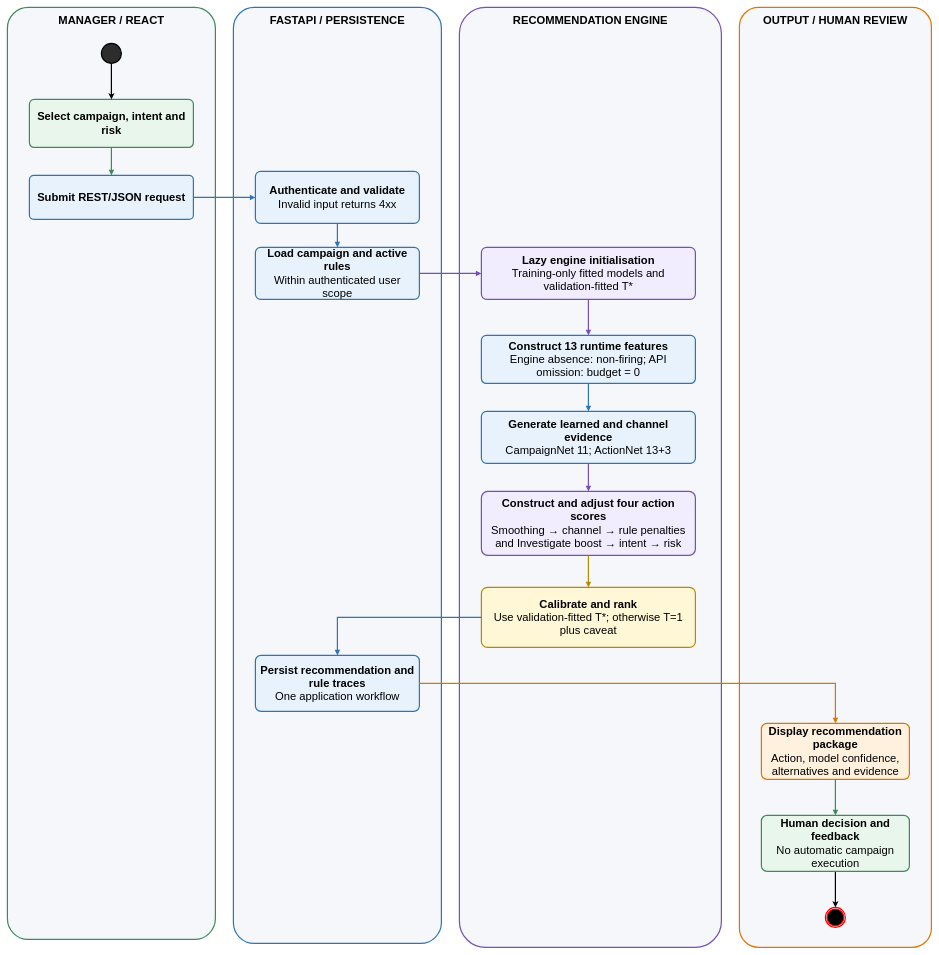
Before: docs/chapter4_figures/Figure_4_7_Implemented_Recommendation_Activity_Workflow_Rebuilt.drawio in j1ngy0ng/FYP-Desicion-Support-System, a draw.io diagram. Source tidied: cells renumbered, new cells numbered last; positions are measured from the earlier drawing's top-left corner, leaving out a move shared by most shapes. Both pictures are drawn from the tidied source at 40%, with x=0, y=0 at pixel (7, 7).
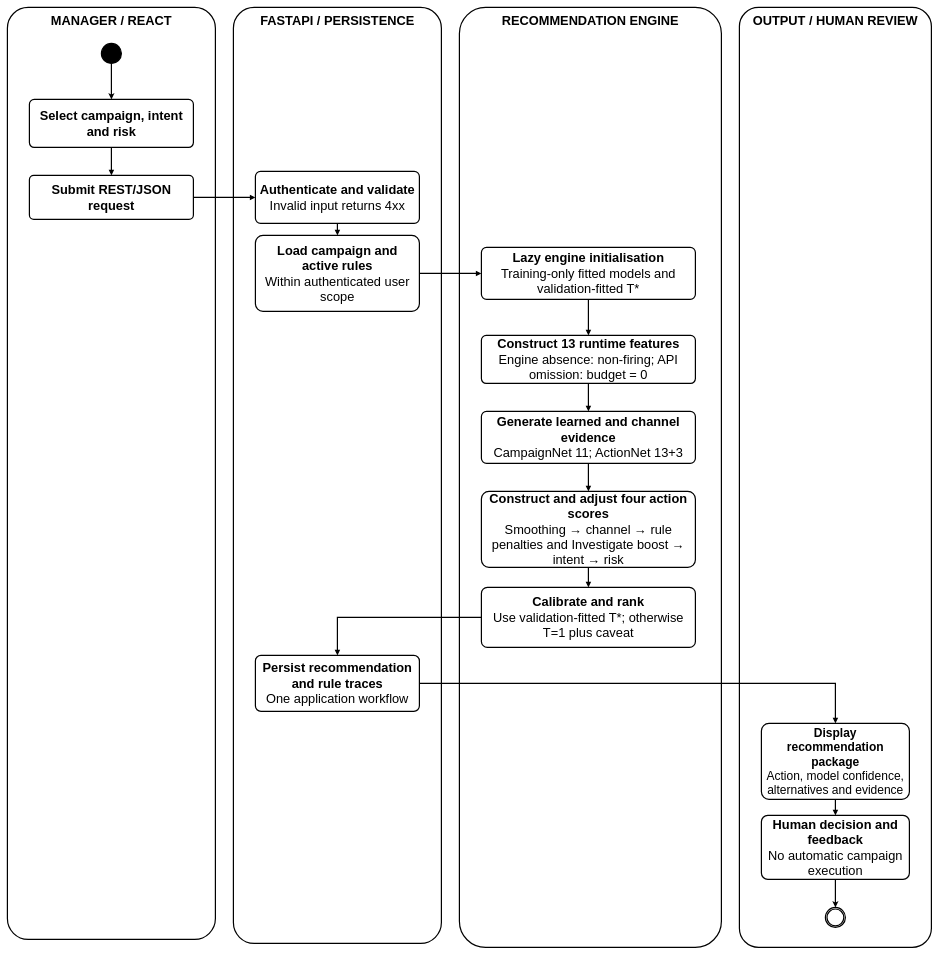
After the change.

Diff of the diagram source:
```diff
@@
-    <mxCell id="2" value="MANAGER / REACT" style="rounded=1;arcSize=10;whiteSpace=wrap;html=1;align=center;verticalAlign=top;spacing=10;fontFamily=Arial;fontSize=28;fillColor=#F5F7FA;strokeColor=#3D8B5A;strokeWidth=3;fontStyle=1;" parent="1" vertex="1">
+    <mxCell id="2" value="MANAGER / REACT" style="rounded=1;arcSize=10;whiteSpace=wrap;html=1;align=center;verticalAlign=top;spacing=10;fontFamily=Arial;fontSize=32;strokeWidth=3;fontStyle=1;" parent="1" vertex="1">
       <mxGeometry width="520" height="2330" as="geometry" />
     </mxCell>
-    <mxCell id="3" value="FASTAPI / PERSISTENCE" style="rounded=1;arcSize=10;whiteSpace=wrap;html=1;align=center;verticalAlign=top;spacing=10;fontFamily=Arial;fontSize=28;fillColor=#F5F7FA;strokeColor=#2F75B5;strokeWidth=3;fontStyle=1;" parent="1" vertex="1">
+    <mxCell id="3" value="FASTAPI / PERSISTENCE" style="rounded=1;arcSize=10;whiteSpace=wrap;html=1;align=center;verticalAlign=top;spacing=10;fontFamily=Arial;fontSize=32;strokeWidth=3;fontStyle=1;" parent="1" vertex="1">
       <mxGeometry x="565" width="520" height="2340" as="geometry" />
     </mxCell>
-    <mxCell id="4" value="RECOMMENDATION ENGINE" style="rounded=1;arcSize=10;whiteSpace=wrap;html=1;align=center;verticalAlign=top;spacing=10;fontFamily=Arial;fontSize=28;fillColor=#F5F7FA;strokeColor=#7551B2;strokeWidth=3;fontStyle=1;" parent="1" vertex="1">
+    <mxCell id="4" value="RECOMMENDATION ENGINE" style="rounded=1;arcSize=10;whiteSpace=wrap;html=1;align=center;verticalAlign=top;spacing=10;fontFamily=Arial;fontSize=32;strokeWidth=3;fontStyle=1;" parent="1" vertex="1">
       <mxGeometry x="1130" width="655" height="2350" as="geometry" />
     </mxCell>
-    <mxCell id="5" value="OUTPUT / HUMAN REVIEW" style="rounded=1;arcSize=10;whiteSpace=wrap;html=1;align=center;verticalAlign=top;spacing=10;fontFamily=Arial;fontSize=28;fillColor=#F5F7FA;strokeColor=#D97706;strokeWidth=3;fontStyle=1;" parent="1" vertex="1">
+    <mxCell id="5" value="OUTPUT / HUMAN REVIEW" style="rounded=1;arcSize=10;whiteSpace=wrap;html=1;align=center;verticalAlign=top;spacing=10;fontFamily=Arial;fontSize=32;strokeWidth=3;fontStyle=1;" parent="1" vertex="1">
       <mxGeometry x="1830" width="480" height="2350" as="geometry" />
     </mxCell>
-    <mxCell id="6" value="&lt;b&gt;Select campaign, intent and risk&lt;/b&gt;&lt;br&gt;" style="rounded=1;arcSize=10;whiteSpace=wrap;html=1;align=center;verticalAlign=middle;spacing=10;fontFamily=Arial;fontSize=28;fillColor=#E9F6EC;strokeColor=#3D8B5A;strokeWidth=3;" parent="1" vertex="1">
+    <mxCell id="6" value="&lt;b&gt;Select campaign, intent and risk&lt;/b&gt;&lt;br&gt;" style="rounded=1;arcSize=10;whiteSpace=wrap;html=1;align=center;verticalAlign=middle;spacing=10;fontFamily=Arial;fontSize=32;strokeWidth=3;" parent="1" vertex="1">
       <mxGeometry x="55" y="230" width="410" height="120" as="geometry" />
     </mxCell>
-    <mxCell id="7" value="&lt;b&gt;Submit REST/JSON request&lt;/b&gt;&lt;br&gt;" style="rounded=1;arcSize=10;whiteSpace=wrap;html=1;align=center;verticalAlign=middle;spacing=10;fontFamily=Arial;fontSize=28;fillColor=#E8F2FC;strokeColor=#2F75B5;strokeWidth=3;" parent="1" vertex="1">
+    <mxCell id="7" value="&lt;b&gt;Submit REST/JSON request&lt;/b&gt;&lt;br&gt;" style="rounded=1;arcSize=10;whiteSpace=wrap;html=1;align=center;verticalAlign=middle;spacing=10;fontFamily=Arial;fontSize=32;strokeWidth=3;" parent="1" vertex="1">
       <mxGeometry x="55" y="420" width="410" height="110" as="geometry" />
     </mxCell>
-    <mxCell id="8" value="&lt;b&gt;Authenticate and validate&lt;/b&gt;&lt;br&gt;Invalid input returns 4xx" style="rounded=1;arcSize=10;whiteSpace=wrap;html=1;align=center;verticalAlign=middle;spacing=10;fontFamily=Arial;fontSize=28;fillColor=#E8F2FC;strokeColor=#2F75B5;strokeWidth=3;" parent="1" vertex="1">
+    <mxCell id="8" value="&lt;b&gt;Authenticate and validate&lt;/b&gt;&lt;br&gt;Invalid input returns 4xx" style="rounded=1;arcSize=10;whiteSpace=wrap;html=1;align=center;verticalAlign=middle;spacing=10;fontFamily=Arial;fontSize=32;strokeWidth=3;" parent="1" vertex="1">
       <mxGeometry x="620" y="410" width="410" height="130" as="geometry" />
     </mxCell>
-    <mxCell id="9" value="&lt;b&gt;Load campaign and active rules&lt;/b&gt;&lt;br&gt;Within authenticated user scope" style="rounded=1;arcSize=10;whiteSpace=wrap;html=1;align=center;verticalAlign=middle;spacing=10;fontFamily=Arial;fontSize=28;fillColor=#E8F2FC;strokeColor=#2F75B5;strokeWidth=3;" parent="1" vertex="1">
-      <mxGeometry x="620" y="600" width="410" height="130" as="geometry" />
+    <mxCell id="9" value="&lt;b&gt;Load campaign and active rules&lt;/b&gt;&lt;br&gt;Within authenticated user scope" style="rounded=1;arcSize=10;whiteSpace=wrap;html=1;align=center;verticalAlign=middle;spacing=10;fontFamily=Arial;fontSize=32;strokeWidth=3;" parent="1" vertex="1">
+      <mxGeometry x="620" y="570" width="410" height="190" as="geometry" />
     </mxCell>
-    <mxCell id="10" value="&lt;b&gt;Lazy engine initialisation&lt;/b&gt;&lt;br&gt;Training-only fitted models and validation-fitted T*" style="rounded=1;arcSize=10;whiteSpace=wrap;html=1;align=center;verticalAlign=middle;spacing=10;fontFamily=Arial;fontSize=28;fillColor=#F2ECFF;strokeColor=#7551B2;strokeWidth=3;" parent="1" vertex="1">
+    <mxCell id="10" value="&lt;b&gt;Lazy engine initialisation&lt;/b&gt;&lt;br&gt;Training-only fitted models and validation-fitted T*" style="rounded=1;arcSize=10;whiteSpace=wrap;html=1;align=center;verticalAlign=middle;spacing=10;fontFamily=Arial;fontSize=32;strokeWidth=3;" parent="1" vertex="1">
       <mxGeometry x="1185" y="600" width="535" height="130" as="geometry" />
     </mxCell>
-    <mxCell id="11" value="&lt;b&gt;Construct 13 runtime features&lt;/b&gt;&lt;br&gt;Engine absence: non-firing; API omission: budget = 0" style="rounded=1;arcSize=10;whiteSpace=wrap;html=1;align=center;verticalAlign=middle;spacing=10;fontFamily=Arial;fontSize=28;fillColor=#E8F2FC;strokeColor=#2F75B5;strokeWidth=3;" parent="1" vertex="1">
+    <mxCell id="11" value="&lt;b&gt;Construct 13 runtime features&lt;/b&gt;&lt;br&gt;Engine absence: non-firing; API omission: budget = 0" style="rounded=1;arcSize=10;whiteSpace=wrap;html=1;align=center;verticalAlign=middle;spacing=10;fontFamily=Arial;fontSize=32;strokeWidth=3;" parent="1" vertex="1">
       <mxGeometry x="1185" y="820" width="535" height="120" as="geometry" />
     </mxCell>
-    <mxCell id="12" value="&lt;b&gt;Generate learned and channel evidence&lt;/b&gt;&lt;br&gt;CampaignNet 11; ActionNet 13+3" style="rounded=1;arcSize=10;whiteSpace=wrap;html=1;align=center;verticalAlign=middle;spacing=10;fontFamily=Arial;fontSize=28;fillColor=#E8F2FC;strokeColor=#2F75B5;strokeWidth=3;" parent="1" vertex="1">
+    <mxCell id="12" value="&lt;b&gt;Generate learned and channel evidence&lt;/b&gt;&lt;br&gt;CampaignNet 11; ActionNet 13+3" style="rounded=1;arcSize=10;whiteSpace=wrap;html=1;align=center;verticalAlign=middle;spacing=10;fontFamily=Arial;fontSize=32;strokeWidth=3;" parent="1" vertex="1">
       <mxGeometry x="1185" y="1010" width="535" height="130" as="geometry" />
     </mxCell>
-    <mxCell id="13" value="&lt;b&gt;Construct and adjust four action scores&lt;/b&gt;&lt;br&gt;Smoothing → channel → rule penalties and Investigate boost → intent → risk" style="rounded=1;arcSize=10;whiteSpace=wrap;html=1;align=center;verticalAlign=middle;spacing=10;fontFamily=Arial;fontSize=28;fillColor=#F2ECFF;strokeColor=#7551B2;strokeWidth=3;" parent="1" vertex="1">
-      <mxGeometry x="1185" y="1210" width="535" height="160" as="geometry" />
+    <mxCell id="13" value="&lt;b&gt;Construct and adjust four action scores&lt;/b&gt;&lt;br&gt;Smoothing → channel → rule penalties and Investigate boost → intent → risk" style="rounded=1;arcSize=10;whiteSpace=wrap;html=1;align=center;verticalAlign=middle;spacing=10;fontFamily=Arial;fontSize=32;strokeWidth=3;" parent="1" vertex="1">
+      <mxGeometry x="1185" y="1210" width="535" height="190" as="geometry" />
     </mxCell>
-    <mxCell id="14" value="&lt;b&gt;Calibrate and rank&lt;/b&gt;&lt;br&gt;Use validation-fitted T*; otherwise T=1 plus caveat" style="rounded=1;arcSize=10;whiteSpace=wrap;html=1;align=center;verticalAlign=middle;spacing=10;fontFamily=Arial;fontSize=28;fillColor=#FFF7D6;strokeColor=#B88900;strokeWidth=3;" parent="1" vertex="1">
+    <mxCell id="14" value="&lt;b&gt;Calibrate and rank&lt;/b&gt;&lt;br&gt;Use validation-fitted T*; otherwise T=1 plus caveat" style="rounded=1;arcSize=10;whiteSpace=wrap;html=1;align=center;verticalAlign=middle;spacing=10;fontFamily=Arial;fontSize=32;strokeWidth=3;" parent="1" vertex="1">
       <mxGeometry x="1185" y="1450" width="535" height="150" as="geometry" />
     </mxCell>
-    <mxCell id="15" value="&lt;b&gt;Persist recommendation and rule traces&lt;/b&gt;&lt;br&gt;One application workflow" style="rounded=1;arcSize=10;whiteSpace=wrap;html=1;align=center;verticalAlign=middle;spacing=10;fontFamily=Arial;fontSize=28;fillColor=#E8F2FC;strokeColor=#2F75B5;strokeWidth=3;" parent="1" vertex="1">
+    <mxCell id="15" value="&lt;b&gt;Persist recommendation and rule traces&lt;/b&gt;&lt;br&gt;One application workflow" style="rounded=1;arcSize=10;whiteSpace=wrap;html=1;align=center;verticalAlign=middle;spacing=10;fontFamily=Arial;fontSize=32;strokeWidth=3;" parent="1" vertex="1">
       <mxGeometry x="620" y="1620" width="410" height="140" as="geometry" />
     </mxCell>
-    <mxCell id="16" value="&lt;b&gt;Display recommendation package&lt;/b&gt;&lt;br&gt;Action, model confidence, alternatives and evidence" style="rounded=1;arcSize=10;whiteSpace=wrap;html=1;align=center;verticalAlign=middle;spacing=10;fontFamily=Arial;fontSize=28;fillColor=#FFF1DE;strokeColor=#D97706;strokeWidth=3;" parent="1" vertex="1">
-      <mxGeometry x="1885" y="1790" width="370" height="140" as="geometry" />
-    </mxCell>
-    <mxCell id="17" style="edgeStyle=orthogonalEdgeStyle;rounded=0;jettySize=auto;html=1;entryX=0.5;entryY=0;entryDx=0;entryDy=0;strokeWidth=3;fontSize=28;" parent="1" edge="1" source="18" target="30">
+    <mxCell id="17" style="edgeStyle=orthogonalEdgeStyle;rounded=0;jettySize=auto;html=1;entryX=0.5;entryY=0;entryDx=0;entryDy=0;strokeWidth=3;fontSize=32;" parent="1" edge="1" source="18" target="30">
       <mxGeometry relative="1" as="geometry" />
     </mxCell>
-    <mxCell id="18" value="&lt;b&gt;Human decision and feedback&lt;/b&gt;&lt;br&gt;No automatic campaign execution" style="rounded=1;arcSize=10;whiteSpace=wrap;html=1;align=center;verticalAlign=middle;spacing=10;fontFamily=Arial;fontSize=28;fillColor=#E9F6EC;strokeColor=#3D8B5A;strokeWidth=3;" parent="1" vertex="1">
-      <mxGeometry x="1885" y="2020" width="370" height="140" as="geometry" />
+    <mxCell id="18" value="&lt;b&gt;Human decision and feedback&lt;/b&gt;&lt;br&gt;No automatic campaign execution" style="rounded=1;arcSize=10;whiteSpace=wrap;html=1;align=center;verticalAlign=middle;spacing=10;fontFamily=Arial;fontSize=32;strokeWidth=3;" parent="1" vertex="1">
+      <mxGeometry x="1885" y="2020" width="370" height="160" as="geometry" />
     </mxCell>
-    <mxCell id="19" style="edgeStyle=orthogonalEdgeStyle;rounded=0;jettySize=auto;html=1;endArrow=block;endFill=1;strokeWidth=3;strokeColor=#3D8B5A;fontFamily=Arial;fontSize=28;labelBackgroundColor=#FFFFFF;" parent="1" edge="1" source="6" target="7">
+    <mxCell id="19" style="edgeStyle=orthogonalEdgeStyle;rounded=0;jettySize=auto;html=1;endArrow=block;endFill=1;strokeWidth=3;fontFamily=Arial;fontSize=32;labelBackgroundColor=#FFFFFF;" parent="1" edge="1" source="6" target="7">
       <mxGeometry relative="1" as="geometry" />
     </mxCell>
-    <mxCell id="20" style="edgeStyle=orthogonalEdgeStyle;rounded=0;jettySize=auto;html=1;endArrow=block;endFill=1;strokeWidth=3;strokeColor=#2F75B5;fontFamily=Arial;fontSize=28;labelBackgroundColor=#FFFFFF;" parent="1" edge="1" source="7" target="8">
+    <mxCell id="20" style="edgeStyle=orthogonalEdgeStyle;rounded=0;jettySize=auto;html=1;endArrow=block;endFill=1;strokeWidth=3;fontFamily=Arial;fontSize=32;labelBackgroundColor=#FFFFFF;" parent="1" edge="1" source="7" target="8">
       <mxGeometry relative="1" as="geometry" />
     </mxCell>
-    <mxCell id="21" style="edgeStyle=orthogonalEdgeStyle;rounded=0;jettySize=auto;html=1;endArrow=block;endFill=1;strokeWidth=3;strokeColor=#2F75B5;fontFamily=Arial;fontSize=28;labelBackgroundColor=#FFFFFF;" parent="1" edge="1" source="8" target="9">
+    <mxCell id="21" style="edgeStyle=orthogonalEdgeStyle;rounded=0;jettySize=auto;html=1;endArrow=block;endFill=1;strokeWidth=3;fontFamily=Arial;fontSize=32;labelBackgroundColor=#FFFFFF;" parent="1" edge="1" source="8" target="9">
       <mxGeometry relative="1" as="geometry" />
     </mxCell>
-    <mxCell id="22" style="edgeStyle=orthogonalEdgeStyle;rounded=0;jettySize=auto;html=1;endArrow=block;endFill=1;strokeWidth=3;strokeColor=#7551B2;fontFamily=Arial;fontSize=28;labelBackgroundColor=#FFFFFF;" parent="1" edge="1" source="9" target="10">
+    <mxCell id="22" style="edgeStyle=orthogonalEdgeStyle;rounded=0;jettySize=auto;html=1;endArrow=block;endFill=1;strokeWidth=3;fontFamily=Arial;fontSize=32;labelBackgroundColor=#FFFFFF;" parent="1" edge="1" source="9" target="10">
       <mxGeometry relative="1" as="geometry" />
     </mxCell>
-    <mxCell id="23" style="edgeStyle=orthogonalEdgeStyle;rounded=0;jettySize=auto;html=1;endArrow=block;endFill=1;strokeWidth=3;strokeColor=#7551B2;fontFamily=Arial;fontSize=28;labelBackgroundColor=#FFFFFF;" parent="1" edge="1" source="10" target="11">
+    <mxCell id="23" style="edgeStyle=orthogonalEdgeStyle;rounded=0;jettySize=auto;html=1;endArrow=block;endFill=1;strokeWidth=3;fontFamily=Arial;fontSize=32;labelBackgroundColor=#FFFFFF;" parent="1" edge="1" source="10" target="11">
       <mxGeometry relative="1" as="geometry" />
     </mxCell>
-    <mxCell id="24" style="edgeStyle=orthogonalEdgeStyle;rounded=0;jettySize=auto;html=1;endArrow=block;endFill=1;strokeWidth=3;strokeColor=#2F75B5;fontFamily=Arial;fontSize=28;labelBackgroundColor=#FFFFFF;" parent="1" edge="1" source="11" target="12">
+    <mxCell id="24" style="edgeStyle=orthogonalEdgeStyle;rounded=0;jettySize=auto;html=1;endArrow=block;endFill=1;strokeWidth=3;fontFamily=Arial;fontSize=32;labelBackgroundColor=#FFFFFF;" parent="1" edge="1" source="11" target="12">
       <mxGeometry relative="1" as="geometry" />
     </mxCell>
-    <mxCell id="25" style="edgeStyle=orthogonalEdgeStyle;rounded=0;jettySize=auto;html=1;endArrow=block;endFill=1;strokeWidth=3;strokeColor=#7551B2;fontFamily=Arial;fontSize=28;labelBackgroundColor=#FFFFFF;" parent="1" edge="1" source="12" target="13">
+    <mxCell id="25" style="edgeStyle=orthogonalEdgeStyle;rounded=0;jettySize=auto;html=1;endArrow=block;endFill=1;strokeWidth=3;fontFamily=Arial;fontSize=32;labelBackgroundColor=#FFFFFF;" parent="1" edge="1" source="12" target="13">
       <mxGeometry relative="1" as="geometry" />
     </mxCell>
-    <mxCell id="26" style="edgeStyle=orthogonalEdgeStyle;rounded=0;jettySize=auto;html=1;endArrow=block;endFill=1;strokeWidth=3;strokeColor=#B88900;fontFamily=Arial;fontSize=28;labelBackgroundColor=#FFFFFF;" parent="1" edge="1" source="13" target="14">
+    <mxCell id="26" style="edgeStyle=orthogonalEdgeStyle;rounded=0;jettySize=auto;html=1;endArrow=block;endFill=1;strokeWidth=3;fontFamily=Arial;fontSize=32;labelBackgroundColor=#FFFFFF;" parent="1" edge="1" source="13" target="14">
       <mxGeometry relative="1" as="geometry" />
     </mxCell>
-    <mxCell id="27" style="edgeStyle=orthogonalEdgeStyle;rounded=0;jettySize=auto;html=1;endArrow=block;endFill=1;strokeWidth=3;strokeColor=#2F75B5;fontFamily=Arial;fontSize=28;labelBackgroundColor=#FFFFFF;" parent="1" edge="1" source="14" target="15">
+    <mxCell id="27" style="edgeStyle=orthogonalEdgeStyle;rounded=0;jettySize=auto;html=1;endArrow=block;endFill=1;strokeWidth=3;fontFamily=Arial;fontSize=32;labelBackgroundColor=#FFFFFF;" parent="1" edge="1" source="14" target="15">
       <mxGeometry relative="1" as="geometry" />
     </mxCell>
-    <mxCell id="28" style="edgeStyle=orthogonalEdgeStyle;rounded=0;jettySize=auto;html=1;endArrow=block;endFill=1;strokeWidth=3;strokeColor=#D97706;fontFamily=Arial;fontSize=28;labelBackgroundColor=#FFFFFF;" parent="1" edge="1" source="15" target="16">
+    <mxCell id="28" style="edgeStyle=orthogonalEdgeStyle;rounded=0;jettySize=auto;html=1;endArrow=block;endFill=1;strokeWidth=3;fontFamily=Arial;fontSize=32;labelBackgroundColor=#FFFFFF;" parent="1" edge="1" source="15" target="16">
       <mxGeometry relative="1" as="geometry" />
     </mxCell>
-    <mxCell id="29" style="edgeStyle=orthogonalEdgeStyle;rounded=0;jettySize=auto;html=1;endArrow=block;endFill=1;strokeWidth=3;strokeColor=#3D8B5A;fontFamily=Arial;fontSize=28;labelBackgroundColor=#FFFFFF;" parent="1" edge="1" source="16" target="18">
+    <mxCell id="29" style="edgeStyle=orthogonalEdgeStyle;rounded=0;jettySize=auto;html=1;endArrow=block;endFill=1;strokeWidth=3;fontFamily=Arial;fontSize=32;labelBackgroundColor=#FFFFFF;" parent="1" edge="1" source="16" target="18">
       <mxGeometry relative="1" as="geometry" />
     </mxCell>
-    <mxCell id="30" style="ellipse;html=1;shape=endState;fillColor=#000000;strokeColor=#ff0000;strokeWidth=3;fontSize=28;" parent="1" vertex="1">
+    <mxCell id="30" style="ellipse;html=1;shape=endState;strokeWidth=3;fontSize=32;" parent="1" vertex="1">
       <mxGeometry x="2045" y="2250" width="50" height="50" as="geometry" />
     </mxCell>
-    <mxCell id="31" style="edgeStyle=orthogonalEdgeStyle;rounded=0;jettySize=auto;html=1;entryX=0.5;entryY=0;entryDx=0;entryDy=0;strokeWidth=3;fontSize=28;" parent="1" edge="1" source="32" target="6">
+    <mxCell id="31" style="edgeStyle=orthogonalEdgeStyle;rounded=0;jettySize=auto;html=1;entryX=0.5;entryY=0;entryDx=0;entryDy=0;strokeWidth=3;fontSize=32;" parent="1" edge="1" source="32" target="6">
       <mxGeometry relative="1" as="geometry" />
     </mxCell>
-    <mxCell id="32" style="ellipse;whiteSpace=wrap;html=1;shapeInside=1;labelBackgroundColor=#000000;fillColor=#2D2D2D;strokeWidth=3;fontSize=28;" parent="1" vertex="1">
+    <mxCell id="32" style="ellipse;whiteSpace=wrap;html=1;shapeInside=1;labelBackgroundColor=#000000;strokeWidth=3;fontSize=32;fillColor=#000000;" parent="1" vertex="1">
       <mxGeometry x="235" y="90" width="50" height="50" as="geometry" />
     </mxCell>
+    <mxCell id="16" value="&lt;b&gt;Display recommendation package&lt;/b&gt;&lt;br&gt;Action, model confidence, alternatives and evidence" style="rounded=1;arcSize=10;whiteSpace=wrap;html=1;align=center;verticalAlign=middle;spacing=10;fontFamily=Arial;fontSize=30;strokeWidth=3;" parent="1" vertex="1">
+      <mxGeometry x="1885" y="1790" width="370" height="190" as="geometry" />
+    </mxCell>
```
